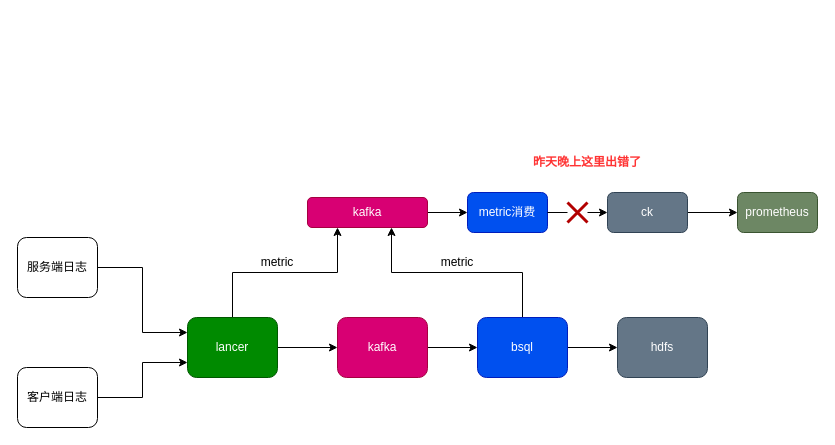
Earlier version of the draw.io diagram 集成.drawio (hanzhihua/webx.studio). Source tidied: cells renumbered, new cells numbered last; positions are measured from the earlier drawing's top-left corner, leaving out a move shared by most shapes. Both pictures are drawn from the tidied source at 100%, with x=0, y=0 at pixel (17, 147).
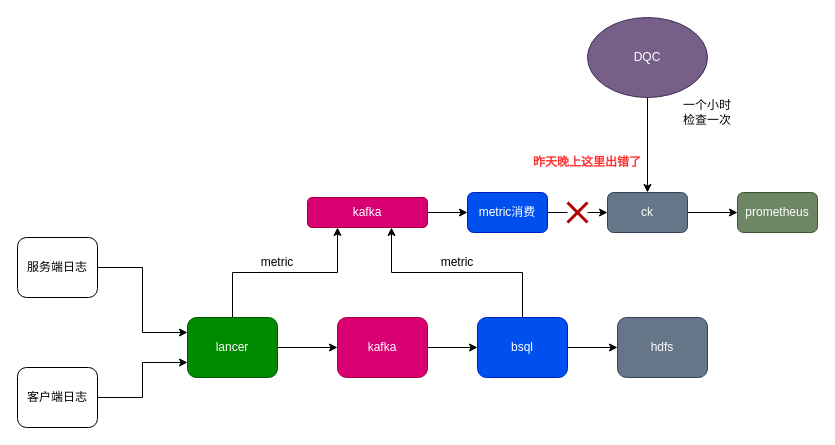
Above is the later version.

Unchanged cells that the change refers to:
```xml
<mxCell id="20" value="ck" style="rounded=1;whiteSpace=wrap;html=1;fillColor=#647687;fontColor=#ffffff;strokeColor=#314354;" parent="1" vertex="1">
  <mxGeometry x="590" y="45" width="80" height="40" as="geometry" />
</mxCell>
```

Change to the diagram source:
```diff
@@
+    <mxCell id="27" style="edgeStyle=orthogonalEdgeStyle;rounded=0;jettySize=auto;html=1;exitX=0.5;exitY=1;exitDx=0;exitDy=0;entryX=0.5;entryY=0;entryDx=0;entryDy=0;fontColor=#000000;" parent="1" edge="1" source="28" target="20">
+      <mxGeometry relative="1" as="geometry" />
+    </mxCell>
+    <mxCell id="28" value="DQC" style="ellipse;whiteSpace=wrap;html=1;fontColor=#ffffff;fillColor=#76608a;strokeColor=#432D57;" parent="1" vertex="1">
+      <mxGeometry x="570" y="-130" width="120" height="80" as="geometry" />
+    </mxCell>
+    <mxCell id="29" value="一个小时检查一次" style="text;html=1;strokeColor=none;fillColor=none;align=center;verticalAlign=middle;whiteSpace=wrap;rounded=0;fontColor=#000000;" parent="1" vertex="1">
+      <mxGeometry x="660" y="-50" width="60" height="30" as="geometry" />
+    </mxCell>
```
